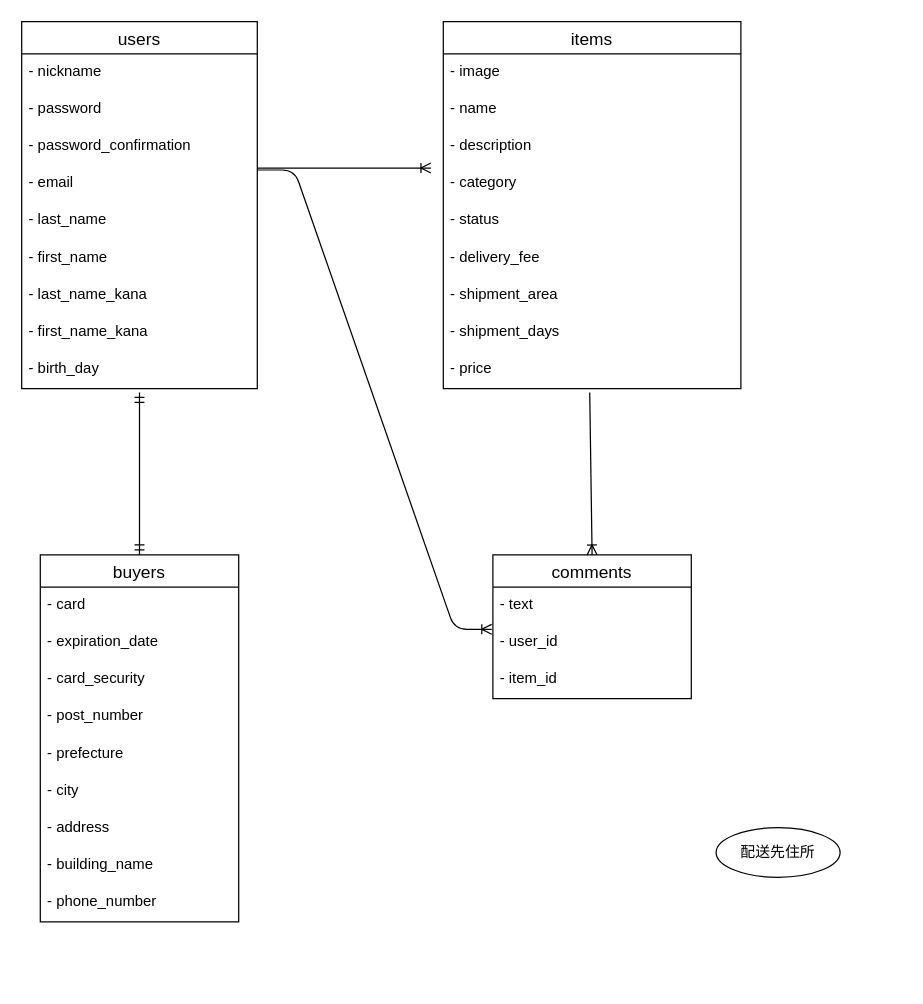
Above: furima.dio in nakaharabo/furima-33338 (draw.io), before the change. Source tidied: cells renumbered, new cells numbered last; positions are measured from the earlier drawing's top-left corner, leaving out a move shared by most shapes. Both pictures are drawn from the tidied source at 124%, with x=0, y=0 at pixel (21, 21).
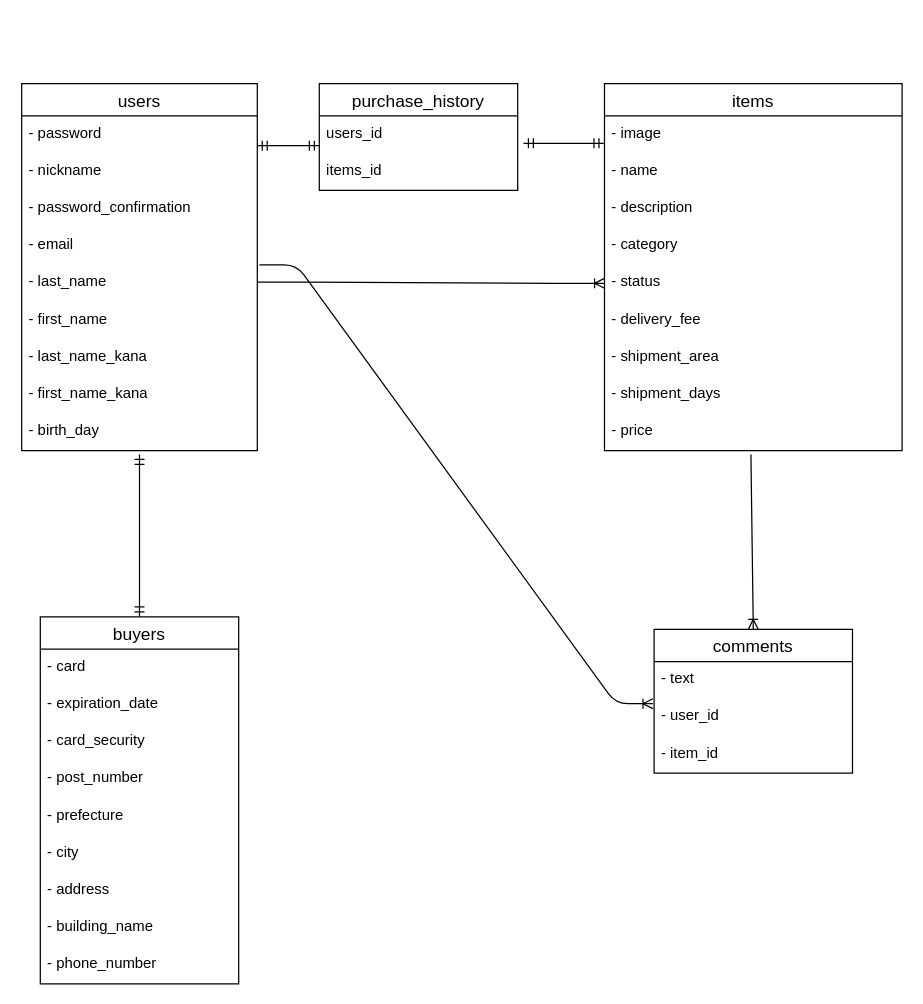
After the change.

Commit message (it also covers changes not shown here):
READMEのカラム修正

Unchanged cells that the change refers to:
```xml
<mxCell id="6" value="- email" style="text;strokeColor=none;fillColor=none;spacingLeft=4;spacingRight=4;overflow=hidden;points=[[0,0.5],[1,0.5]];portConstraint=eastwest;fontSize=12;" parent="2" vertex="1">
  <mxGeometry y="116" width="190" height="30" as="geometry" />
</mxCell>
<mxCell id="13" value="- image" style="text;strokeColor=none;fillColor=none;spacingLeft=4;spacingRight=4;overflow=hidden;points=[[0,0.5],[1,0.5]];portConstraint=eastwest;fontSize=12;" parent="12" vertex="1">
  <mxGeometry y="26" width="240" height="30" as="geometry" />
</mxCell>
<mxCell id="17" value="- status" style="text;strokeColor=none;fillColor=none;spacingLeft=4;spacingRight=4;overflow=hidden;points=[[0,0.5],[1,0.5]];portConstraint=eastwest;fontSize=12;" parent="12" vertex="1">
  <mxGeometry y="146" width="240" height="30" as="geometry" />
</mxCell>
<mxCell id="34" value="- user_id" style="text;strokeColor=none;fillColor=none;spacingLeft=4;spacingRight=4;overflow=hidden;points=[[0,0.5],[1,0.5]];portConstraint=eastwest;fontSize=12;" parent="32" vertex="1">
  <mxGeometry y="56" width="160" height="30" as="geometry" />
</mxCell>
```

The edit, as a diff of the source:
```diff
@@
     <mxCell id="2" value="users" style="swimlane;fontStyle=0;horizontal=1;startSize=26;align=center;fontSize=14;" parent="1" vertex="1">
-      <mxGeometry width="190" height="296" as="geometry" />
+      <mxGeometry y="50" width="190" height="296" as="geometry" />
     </mxCell>
+    <mxCell id="4" value="- password" style="text;strokeColor=none;fillColor=none;spacingLeft=4;spacingRight=4;overflow=hidden;fontSize=12;" parent="2" vertex="1">
+      <mxGeometry y="26" width="190" height="30" as="geometry" />
+    </mxCell>
     <mxCell id="3" value="- nickname" style="text;strokeColor=none;fillColor=none;spacingLeft=4;spacingRight=4;overflow=hidden;fontSize=12;" parent="2" vertex="1">
-      <mxGeometry y="26" width="190" height="30" as="geometry" />
+      <mxGeometry y="56" width="190" height="30" as="geometry" />
     </mxCell>
-    <mxCell id="4" value="- password" style="text;strokeColor=none;fillColor=none;spacingLeft=4;spacingRight=4;overflow=hidden;fontSize=12;" parent="2" vertex="1">
-      <mxGeometry y="56" width="190" height="30" as="geometry" />
-    </mxCell>
@@
     <mxCell id="12" value="items" style="swimlane;fontStyle=0;horizontal=1;startSize=26;align=center;fontSize=14;" parent="1" vertex="1">
-      <mxGeometry x="340" width="240" height="296" as="geometry" />
+      <mxGeometry x="470" y="50" width="240" height="296" as="geometry" />
     </mxCell>
@@
     <mxCell id="22" value="buyers" style="swimlane;fontStyle=0;horizontal=1;startSize=26;align=center;fontSize=14;" parent="1" vertex="1">
-      <mxGeometry x="15" y="430" width="160" height="296" as="geometry" />
+      <mxGeometry x="15" y="480" width="160" height="296" as="geometry" />
     </mxCell>
@@
     <mxCell id="32" value="comments" style="swimlane;fontStyle=0;horizontal=1;startSize=26;align=center;fontSize=14;" parent="1" vertex="1">
-      <mxGeometry x="380" y="430" width="160" height="116" as="geometry" />
+      <mxGeometry x="510" y="490" width="160" height="116" as="geometry" />
     </mxCell>
@@
-    <mxCell id="36" value="配送先住所" style="ellipse;whiteSpace=wrap;html=1;align=center;" parent="1" vertex="1">
-      <mxGeometry x="560" y="650" width="100" height="40" as="geometry" />
-    </mxCell>
-    <mxCell id="37" style="edgeStyle=entityRelationEdgeStyle;fontSize=12;html=1;endArrow=ERoneToMany;" parent="1" edge="1">
+    <mxCell id="37" style="edgeStyle=entityRelationEdgeStyle;fontSize=12;html=1;endArrow=ERoneToMany;entryX=0;entryY=0.5;entryDx=0;entryDy=0;" parent="1" edge="1" target="17">
       <mxGeometry relative="1" as="geometry">
-        <mxPoint x="190" y="118" as="sourcePoint" />
-        <mxPoint x="330" y="118" as="targetPoint" />
+        <mxPoint x="190" y="210" as="sourcePoint" />
       </mxGeometry>
     </mxCell>
-    <mxCell id="38" style="edgeStyle=entityRelationEdgeStyle;fontSize=12;html=1;endArrow=ERoneToMany;exitX=0.539;exitY=1.02;exitDx=0;exitDy=0;exitPerimeter=0;entryX=-0.006;entryY=0.133;entryDx=0;entryDy=0;entryPerimeter=0;" parent="1" edge="1" target="34">
-      <mxGeometry relative="1" as="geometry">
-        <mxPoint x="190" y="119.6" as="sourcePoint" />
-      </mxGeometry>
+    <mxCell id="38" style="edgeStyle=entityRelationEdgeStyle;fontSize=12;html=1;endArrow=ERoneToMany;entryX=-0.006;entryY=0.133;entryDx=0;entryDy=0;entryPerimeter=0;exitX=1.009;exitY=1.002;exitDx=0;exitDy=0;exitPerimeter=0;" parent="1" edge="1" source="6" target="34">
+      <mxGeometry relative="1" as="geometry" />
     </mxCell>
@@
+    <mxCell id="41" value="purchase_history " style="swimlane;fontStyle=0;horizontal=1;startSize=26;align=center;fontSize=14;" parent="1" vertex="1">
+      <mxGeometry x="240" y="50" width="160" height="86" as="geometry" />
+    </mxCell>
+    <mxCell id="42" value="users_id" style="text;strokeColor=none;fillColor=none;spacingLeft=4;spacingRight=4;overflow=hidden;points=[[0,0.5],[1,0.5]];portConstraint=eastwest;fontSize=12;" parent="41" vertex="1">
+      <mxGeometry y="26" width="160" height="30" as="geometry" />
+    </mxCell>
+    <mxCell id="43" value="items_id" style="text;strokeColor=none;fillColor=none;spacingLeft=4;spacingRight=4;overflow=hidden;fontSize=12;" parent="41" vertex="1">
+      <mxGeometry y="56" width="160" height="30" as="geometry" />
+    </mxCell>
+    <mxCell id="44" style="fontSize=12;html=1;endArrow=ERmandOne;startArrow=ERmandOne;exitX=1.029;exitY=0.735;exitDx=0;exitDy=0;exitPerimeter=0;entryX=-0.002;entryY=0.735;entryDx=0;entryDy=0;entryPerimeter=0;" parent="1" edge="1" source="42" target="13">
+      <mxGeometry relative="1" as="geometry" />
+    </mxCell>
+    <mxCell id="45" style="fontSize=12;html=1;endArrow=ERmandOne;startArrow=ERmandOne;exitX=1.029;exitY=0.735;exitDx=0;exitDy=0;exitPerimeter=0;" parent="1" edge="1">
+      <mxGeometry relative="1" as="geometry">
+        <mxPoint x="190" y="100" as="sourcePoint" />
+        <mxPoint x="240" y="100" as="targetPoint" />
+      </mxGeometry>
+    </mxCell>
```
